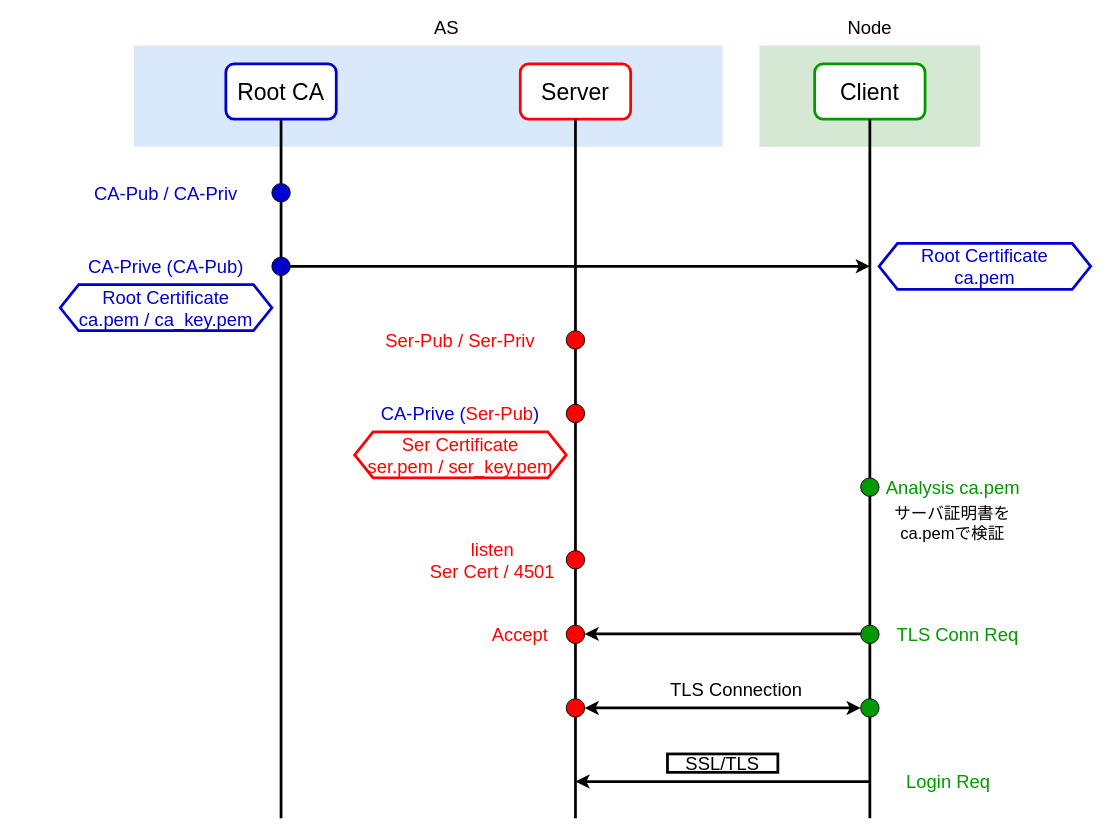
Above: docs/img/TLS-Flow.drawio in GotoRen/perjuryman (draw.io), before the change. Source tidied: cells renumbered, new cells numbered last; positions are measured from the earlier drawing's top-left corner, leaving out a move shared by most shapes. Both pictures are drawn from the tidied source at 92%, with x=0, y=0 at pixel (60, 17).
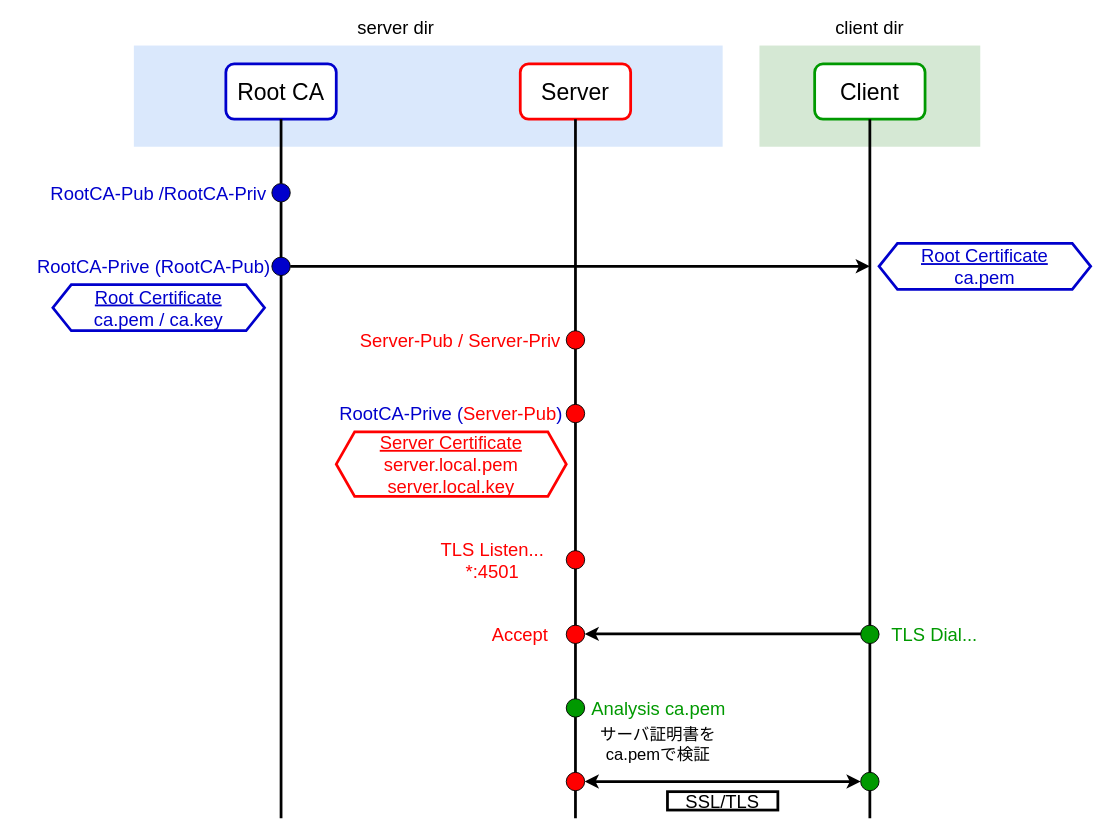
Above is the later version.

What changed in the source:
```diff
@@
-    <mxCell id="8" value="&lt;font style=&quot;font-size: 20px&quot;&gt;CA-Pub / CA-Priv&lt;/font&gt;" style="text;html=1;strokeColor=none;fillColor=none;align=center;verticalAlign=middle;whiteSpace=wrap;rounded=0;fontColor=#0000CC;" parent="1" vertex="1">
-      <mxGeometry y="180" width="230" height="20" as="geometry" />
+    <mxCell id="8" value="&lt;font style=&quot;font-size: 20px&quot;&gt;RootCA-Pub /RootCA-Priv&lt;/font&gt;" style="text;html=1;strokeColor=none;fillColor=none;align=center;verticalAlign=middle;whiteSpace=wrap;rounded=0;fontColor=#0000CC;" parent="1" vertex="1">
+      <mxGeometry x="-38" y="180" width="290" height="20" as="geometry" />
     </mxCell>
@@
-    <mxCell id="11" value="&lt;font style=&quot;font-size: 20px&quot;&gt;CA-Prive (CA-Pub)&lt;/font&gt;" style="text;html=1;strokeColor=none;fillColor=none;align=center;verticalAlign=middle;whiteSpace=wrap;rounded=0;fontColor=#0000CC;" parent="1" vertex="1">
-      <mxGeometry y="260" width="230" height="20" as="geometry" />
+    <mxCell id="11" value="&lt;font style=&quot;font-size: 20px&quot;&gt;RootCA-Prive (RootCA-Pub)&lt;/font&gt;" style="text;html=1;strokeColor=none;fillColor=none;align=center;verticalAlign=middle;whiteSpace=wrap;rounded=0;fontColor=#0000CC;" parent="1" vertex="1">
+      <mxGeometry x="-48" y="260" width="300" height="20" as="geometry" />
     </mxCell>
@@
-    <mxCell id="13" value="&lt;font style=&quot;font-size: 20px&quot;&gt;Root Certificate&lt;br&gt;ca.pem / ca_key.pem&lt;br&gt;&lt;/font&gt;" style="shape=hexagon;perimeter=hexagonPerimeter2;whiteSpace=wrap;html=1;fixedSize=1;fontColor=#0000CC;fillColor=#FFFFFF;strokeColor=#0000CC;strokeWidth=3;" parent="1" vertex="1">
-      <mxGeometry y="290" width="230" height="50" as="geometry" />
+    <mxCell id="13" value="&lt;font style=&quot;font-size: 20px&quot;&gt;&lt;u&gt;Root Certificate&lt;/u&gt;&lt;br&gt;ca.pem / ca.key&lt;br&gt;&lt;/font&gt;" style="shape=hexagon;perimeter=hexagonPerimeter2;whiteSpace=wrap;html=1;fixedSize=1;fontColor=#0000CC;fillColor=#FFFFFF;strokeColor=#0000CC;strokeWidth=3;" parent="1" vertex="1">
+      <mxGeometry x="-8" y="290" width="230" height="50" as="geometry" />
     </mxCell>
@@
-    <mxCell id="17" value="&lt;font style=&quot;font-size: 20px&quot;&gt;Root Certificate&lt;br&gt;ca.pem&lt;br&gt;&lt;/font&gt;" style="shape=hexagon;perimeter=hexagonPerimeter2;whiteSpace=wrap;html=1;fixedSize=1;fontColor=#0000CC;fillColor=#FFFFFF;strokeColor=#0000CC;strokeWidth=3;" parent="1" vertex="1">
+    <mxCell id="17" value="&lt;font style=&quot;font-size: 20px&quot;&gt;&lt;u&gt;Root Certificate&lt;/u&gt;&lt;br&gt;ca.pem&lt;br&gt;&lt;/font&gt;" style="shape=hexagon;perimeter=hexagonPerimeter2;whiteSpace=wrap;html=1;fixedSize=1;fontColor=#0000CC;fillColor=#FFFFFF;strokeColor=#0000CC;strokeWidth=3;" parent="1" vertex="1">
       <mxGeometry x="890" y="245" width="230" height="50" as="geometry" />
     </mxCell>
@@
-    <mxCell id="20" value="&lt;font style=&quot;font-size: 20px&quot; color=&quot;#ff0000&quot;&gt;Ser-Pub / Ser-Priv&lt;/font&gt;" style="text;html=1;strokeColor=none;fillColor=none;align=center;verticalAlign=middle;whiteSpace=wrap;rounded=0;fontColor=#0000CC;" parent="1" vertex="1">
+    <mxCell id="20" value="&lt;font style=&quot;font-size: 20px&quot; color=&quot;#ff0000&quot;&gt;Server-Pub / Server-Priv&lt;/font&gt;" style="text;html=1;strokeColor=none;fillColor=none;align=center;verticalAlign=middle;whiteSpace=wrap;rounded=0;fontColor=#0000CC;" parent="1" vertex="1">
       <mxGeometry x="320" y="340" width="230" height="20" as="geometry" />
     </mxCell>
-    <mxCell id="21" value="&lt;font style=&quot;font-size: 20px&quot;&gt;CA-Prive (&lt;font color=&quot;#ff0000&quot;&gt;Ser-Pub&lt;/font&gt;)&lt;/font&gt;" style="text;html=1;strokeColor=none;fillColor=none;align=center;verticalAlign=middle;whiteSpace=wrap;rounded=0;fontColor=#0000CC;" parent="1" vertex="1">
-      <mxGeometry x="320" y="420" width="230" height="20" as="geometry" />
+    <mxCell id="21" value="&lt;font style=&quot;font-size: 20px&quot;&gt;RootCA-Prive (&lt;font color=&quot;#ff0000&quot;&gt;Server-Pub&lt;/font&gt;)&lt;/font&gt;" style="text;html=1;strokeColor=none;fillColor=none;align=center;verticalAlign=middle;whiteSpace=wrap;rounded=0;fontColor=#0000CC;" parent="1" vertex="1">
+      <mxGeometry x="300" y="420" width="250" height="20" as="geometry" />
     </mxCell>
-    <mxCell id="22" value="&lt;font style=&quot;font-size: 20px&quot;&gt;&lt;font color=&quot;#ff0000&quot;&gt;Ser Certificate&lt;/font&gt;&lt;br&gt;&lt;font color=&quot;#ff0000&quot;&gt;ser.pem / ser_key.pem&lt;/font&gt;&lt;br&gt;&lt;/font&gt;" style="shape=hexagon;perimeter=hexagonPerimeter2;whiteSpace=wrap;html=1;fixedSize=1;fontColor=#0000CC;fillColor=#FFFFFF;strokeWidth=3;strokeColor=#FF0000;" parent="1" vertex="1">
-      <mxGeometry x="320" y="450" width="230" height="50" as="geometry" />
+    <mxCell id="22" value="&lt;font style=&quot;font-size: 20px&quot;&gt;&lt;font color=&quot;#ff0000&quot;&gt;&lt;u&gt;Server Certificate&lt;/u&gt;&lt;/font&gt;&lt;br&gt;&lt;font color=&quot;#ff0000&quot;&gt;server.local.pem&lt;br&gt;server.local.key&lt;/font&gt;&lt;br&gt;&lt;/font&gt;" style="shape=hexagon;perimeter=hexagonPerimeter2;whiteSpace=wrap;html=1;fixedSize=1;fontColor=#0000CC;fillColor=#FFFFFF;strokeWidth=3;strokeColor=#FF0000;" parent="1" vertex="1">
+      <mxGeometry x="300" y="450" width="250" height="70" as="geometry" />
     </mxCell>
     <mxCell id="23" value="&lt;font style=&quot;font-size: 20px&quot; color=&quot;#009900&quot;&gt;Analysis ca.pem&lt;/font&gt;" style="text;html=1;align=center;verticalAlign=middle;strokeColor=none;fontColor=#0000CC;" parent="1" vertex="1">
-      <mxGeometry x="890" y="500" width="160" height="20" as="geometry" />
+      <mxGeometry x="570" y="740" width="160" height="20" as="geometry" />
     </mxCell>
@@
     <mxCell id="25" style="ellipse;whiteSpace=wrap;html=1;fillColor=#009900;" parent="1" vertex="1">
-      <mxGeometry x="870" y="500" width="20" height="20" as="geometry" />
+      <mxGeometry x="550" y="740" width="20" height="20" as="geometry" />
     </mxCell>
-    <mxCell id="26" value="&lt;font color=&quot;#ff0000&quot;&gt;&lt;span style=&quot;font-size: 20px&quot;&gt;listen&lt;br&gt;Ser Cert / 4501&lt;br&gt;&lt;/span&gt;&lt;/font&gt;" style="text;html=1;strokeColor=none;fillColor=none;align=center;verticalAlign=middle;whiteSpace=wrap;rounded=0;fontColor=#0000CC;" parent="1" vertex="1">
+    <mxCell id="26" value="&lt;font color=&quot;#ff0000&quot;&gt;&lt;span style=&quot;font-size: 20px&quot;&gt;TLS Listen...&lt;br&gt;*:4501&lt;br&gt;&lt;/span&gt;&lt;/font&gt;" style="text;html=1;strokeColor=none;fillColor=none;align=center;verticalAlign=middle;whiteSpace=wrap;rounded=0;fontColor=#0000CC;" parent="1" vertex="1">
       <mxGeometry x="380" y="579" width="180" height="20" as="geometry" />
     </mxCell>
@@
-    <mxCell id="31" value="&lt;font color=&quot;#009900&quot;&gt;&lt;span style=&quot;font-size: 20px&quot;&gt;TLS Conn Req&lt;/span&gt;&lt;/font&gt;" style="text;html=1;align=center;verticalAlign=middle;strokeColor=none;fontColor=#0000CC;" parent="1" vertex="1">
-      <mxGeometry x="900" y="660" width="150" height="20" as="geometry" />
+    <mxCell id="31" value="&lt;font color=&quot;#009900&quot;&gt;&lt;span style=&quot;font-size: 20px;&quot;&gt;TLS Dial...&lt;/span&gt;&lt;/font&gt;" style="text;html=1;align=center;verticalAlign=middle;strokeColor=none;fontColor=#0000CC;" parent="1" vertex="1">
+      <mxGeometry x="890" y="650" width="120" height="40" as="geometry" />
     </mxCell>
     <mxCell id="32" style="ellipse;whiteSpace=wrap;html=1;fillColor=#FF0000;" parent="1" vertex="1">
-      <mxGeometry x="550" y="740" width="20" height="20" as="geometry" />
+      <mxGeometry x="550" y="820" width="20" height="20" as="geometry" />
     </mxCell>
     <mxCell id="33" style="ellipse;whiteSpace=wrap;html=1;fillColor=#009900;" parent="1" vertex="1">
-      <mxGeometry x="870" y="740" width="20" height="20" as="geometry" />
+      <mxGeometry x="870" y="820" width="20" height="20" as="geometry" />
     </mxCell>
-    <mxCell id="34" value="&lt;span style=&quot;font-size: 20px&quot;&gt;&lt;font color=&quot;#000000&quot;&gt;TLS Connection&lt;/font&gt;&lt;br&gt;&lt;/span&gt;" style="text;html=1;strokeColor=none;fillColor=none;align=center;verticalAlign=middle;whiteSpace=wrap;rounded=0;fontColor=#0000CC;" parent="1" vertex="1">
-      <mxGeometry x="500" y="720" width="470" height="20" as="geometry" />
-    </mxCell>
     <mxCell id="35" style="endArrow=classic;startArrow=classic;html=1;fontColor=#0000CC;strokeWidth=3;" parent="1" edge="1">
       <mxGeometry relative="1" as="geometry">
-        <mxPoint x="570" y="750" as="sourcePoint" />
-        <mxPoint x="870" y="750" as="targetPoint" />
+        <mxPoint x="570" y="830" as="sourcePoint" />
+        <mxPoint x="870" y="830" as="targetPoint" />
       </mxGeometry>
     </mxCell>
-    <mxCell id="36" style="endArrow=classic;html=1;fontColor=#0000CC;strokeWidth=3;" parent="1" edge="1">
-      <mxGeometry relative="1" as="geometry">
-        <mxPoint x="880" y="830" as="sourcePoint" />
-        <mxPoint x="560" y="830" as="targetPoint" />
-      </mxGeometry>
-    </mxCell>
     <mxCell id="37" value="&lt;font color=&quot;#000000&quot; style=&quot;font-size: 20px&quot;&gt;SSL/TLS&lt;/font&gt;" style="rounded=0;whiteSpace=wrap;html=1;fontColor=#0000CC;strokeWidth=3;fillColor=#FFFFFF;" parent="1" vertex="1">
-      <mxGeometry x="660" y="800" width="120" height="20" as="geometry" />
+      <mxGeometry x="660" y="841" width="120" height="20" as="geometry" />
     </mxCell>
-    <mxCell id="38" value="&lt;span style=&quot;font-size: 20px&quot;&gt;&lt;font color=&quot;#009900&quot;&gt;Login Req&lt;/font&gt;&lt;/span&gt;" style="text;html=1;align=center;verticalAlign=middle;strokeColor=none;fontColor=#0000CC;" parent="1" vertex="1">
-      <mxGeometry x="910" y="820" width="110" height="20" as="geometry" />
-    </mxCell>
     <mxCell id="39" value="&lt;font color=&quot;#000000&quot; style=&quot;font-size: 18px&quot;&gt;サーバ証明書をca.pemで検証&lt;/font&gt;" style="text;html=1;strokeColor=none;fillColor=none;align=center;verticalAlign=middle;whiteSpace=wrap;rounded=0;fontColor=#0000CC;" parent="1" vertex="1">
-      <mxGeometry x="895" y="540" width="150" height="20" as="geometry" />
+      <mxGeometry x="575" y="780" width="150" height="20" as="geometry" />
     </mxCell>
-    <mxCell id="40" value="&lt;span style=&quot;color: rgb(0 , 0 , 0) ; font-size: 20px&quot;&gt;AS&lt;/span&gt;" style="text;html=1;strokeColor=none;fillColor=none;align=center;verticalAlign=middle;whiteSpace=wrap;rounded=0;fontColor=#0000CC;" parent="1" vertex="1">
-      <mxGeometry x="400" width="40" height="20" as="geometry" />
+    <mxCell id="40" value="&lt;font color=&quot;#000000&quot;&gt;&lt;span style=&quot;font-size: 20px;&quot;&gt;server dir&lt;/span&gt;&lt;/font&gt;" style="text;html=1;strokeColor=none;fillColor=none;align=center;verticalAlign=middle;whiteSpace=wrap;rounded=0;fontColor=#0000CC;" parent="1" vertex="1">
+      <mxGeometry x="290" width="150" height="20" as="geometry" />
     </mxCell>
-    <mxCell id="41" value="&lt;font color=&quot;#000000&quot;&gt;&lt;span style=&quot;font-size: 20px&quot;&gt;Node&lt;/span&gt;&lt;/font&gt;" style="text;html=1;strokeColor=none;fillColor=none;align=center;verticalAlign=middle;whiteSpace=wrap;rounded=0;fontColor=#0000CC;" parent="1" vertex="1">
-      <mxGeometry x="860" width="40" height="20" as="geometry" />
-    </mxCell>
+    <mxCell id="42" value="&lt;font color=&quot;#000000&quot;&gt;&lt;span style=&quot;font-size: 20px;&quot;&gt;client dir&lt;/span&gt;&lt;/font&gt;" style="text;html=1;strokeColor=none;fillColor=none;align=center;verticalAlign=middle;whiteSpace=wrap;rounded=0;fontColor=#0000CC;" parent="1" vertex="1">
+      <mxGeometry x="805" width="150" height="20" as="geometry" />
+    </mxCell>
```
